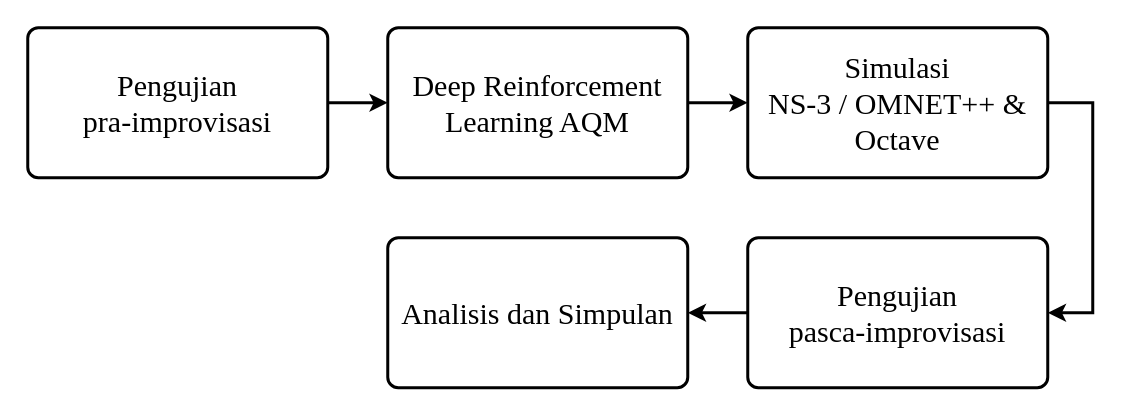
The draw.io diagram rencana penelitian sempro.drawio in troders34/Code-Blocks, before the edit. Source tidied: cells renumbered, new cells numbered last; positions are measured from the earlier drawing's top-left corner, leaving out a move shared by most shapes. Both pictures are drawn from the tidied source at 150%, with x=0, y=0 at pixel (27, 27).
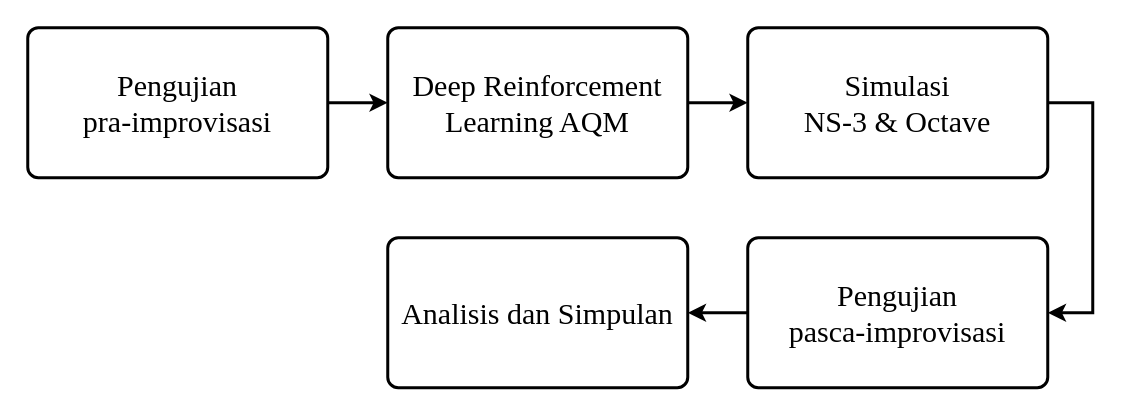
Above is the later version.

The edit, as a diff of the source:
```diff
@@
 <mxGraphModel>
   <root>
     <mxCell id="0" />
     <mxCell id="1" parent="0" />
     <mxCell id="2" style="edgeStyle=orthogonalEdgeStyle;rounded=0;jettySize=auto;html=1;exitX=1;exitY=0.5;exitDx=0;exitDy=0;entryX=1;entryY=0.5;entryDx=0;entryDy=0;strokeWidth=2;" parent="1" edge="1" source="3" target="9">
       <mxGeometry relative="1" as="geometry">
         <Array as="points">
           <mxPoint x="710" y="50" />
           <mxPoint x="710" y="190" />
         </Array>
       </mxGeometry>
     </mxCell>
-    <mxCell id="3" value="Simulasi&lt;div&gt;NS-3 / OMNET++ &amp;amp;&lt;/div&gt;&lt;div&gt;Octave&lt;/div&gt;" style="rounded=1;whiteSpace=wrap;html=1;absoluteArcSize=1;arcSize=14;strokeWidth=2;fontFamily=Times New Roman;fontSize=20;" parent="1" vertex="1">
+    <mxCell id="3" value="Simulasi&lt;div&gt;NS-3 &amp;amp;&amp;nbsp;&lt;span style=&quot;background-color: transparent; color: light-dark(rgb(0, 0, 0), rgb(255, 255, 255));&quot;&gt;Octave&lt;/span&gt;&lt;/div&gt;" style="rounded=1;whiteSpace=wrap;html=1;absoluteArcSize=1;arcSize=14;strokeWidth=2;fontFamily=Times New Roman;fontSize=20;" parent="1" vertex="1">
       <mxGeometry x="480" width="200" height="100" as="geometry" />
     </mxCell>
     <mxCell id="4" style="edgeStyle=orthogonalEdgeStyle;rounded=0;jettySize=auto;html=1;exitX=1;exitY=0.5;exitDx=0;exitDy=0;entryX=0;entryY=0.5;entryDx=0;entryDy=0;strokeWidth=2;" parent="1" edge="1" source="5" target="3">
       <mxGeometry relative="1" as="geometry" />
     </mxCell>
     <mxCell id="5" value="Deep Reinforcement Learning AQM" style="rounded=1;whiteSpace=wrap;html=1;absoluteArcSize=1;arcSize=14;strokeWidth=2;fontFamily=Times New Roman;fontSize=20;" parent="1" vertex="1">
       <mxGeometry x="240" width="200" height="100" as="geometry" />
     </mxCell>
     <mxCell id="6" style="edgeStyle=orthogonalEdgeStyle;rounded=0;jettySize=auto;html=1;exitX=1;exitY=0.5;exitDx=0;exitDy=0;entryX=0;entryY=0.5;entryDx=0;entryDy=0;strokeWidth=2;" parent="1" edge="1" source="7" target="5">
       <mxGeometry relative="1" as="geometry" />
     </mxCell>
     <mxCell id="7" value="Pengujian&lt;div&gt;pra-improvisasi&lt;/div&gt;" style="rounded=1;whiteSpace=wrap;html=1;absoluteArcSize=1;arcSize=14;strokeWidth=2;fontFamily=Times New Roman;fontSize=20;" parent="1" vertex="1">
       <mxGeometry width="200" height="100" as="geometry" />
     </mxCell>
     <mxCell id="8" style="edgeStyle=orthogonalEdgeStyle;rounded=0;jettySize=auto;html=1;exitX=0;exitY=0.5;exitDx=0;exitDy=0;entryX=1;entryY=0.5;entryDx=0;entryDy=0;strokeWidth=2;" parent="1" edge="1" source="9" target="10">
       <mxGeometry relative="1" as="geometry" />
     </mxCell>
     <mxCell id="9" value="Pengujian&lt;div&gt;pasca-improvisasi&lt;/div&gt;" style="rounded=1;whiteSpace=wrap;html=1;absoluteArcSize=1;arcSize=14;strokeWidth=2;fontFamily=Times New Roman;fontSize=20;" parent="1" vertex="1">
       <mxGeometry x="480" y="140" width="200" height="100" as="geometry" />
     </mxCell>
     <mxCell id="10" value="Analisis dan Simpulan" style="rounded=1;whiteSpace=wrap;html=1;absoluteArcSize=1;arcSize=14;strokeWidth=2;fontFamily=Times New Roman;fontSize=20;" parent="1" vertex="1">
       <mxGeometry x="240" y="140" width="200" height="100" as="geometry" />
     </mxCell>
   </root>
 </mxGraphModel>
```
